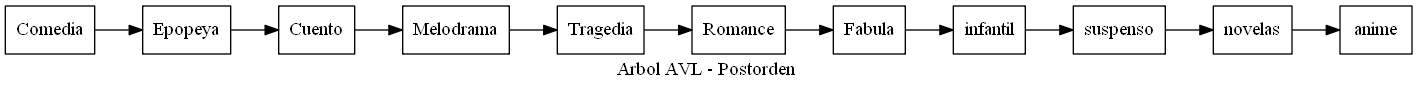
Earlier version of the Graphviz export EDD_Proyecto2/Reportes/ArbolPostorden.png (hr9457/EDD_1S2020_PY2_201314296). Its source is kept beside it as EDD_Proyecto2/ArchivosDot/ArbolPostorden.dot.
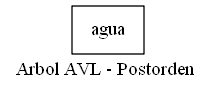
After the commit.

Diff of the diagram source:
```diff
@@ -1,17 +1,7 @@
 digraph arbolpostorden {
 node [shape = record];
 rankdir=LR;
-nodo0[label="Comedia"];
-nodo1[label="Epopeya"];
-nodo2[label="Cuento"];
-nodo3[label="Melodrama"];
-nodo4[label="Tragedia"];
-nodo5[label="Romance"];
-nodo6[label="Fabula"];
-nodo7[label="infantil"];
-nodo8[label="suspenso"];
-nodo9[label="novelas"];
-nodo10[label="anime"];
-nodo0->nodo1->nodo2->nodo3->nodo4->nodo5->nodo6->nodo7->nodo8->nodo9->nodo10;
+nodo0[label="agua"];
+nodo0;
 label = "Arbol AVL - Postorden "
 }
```
